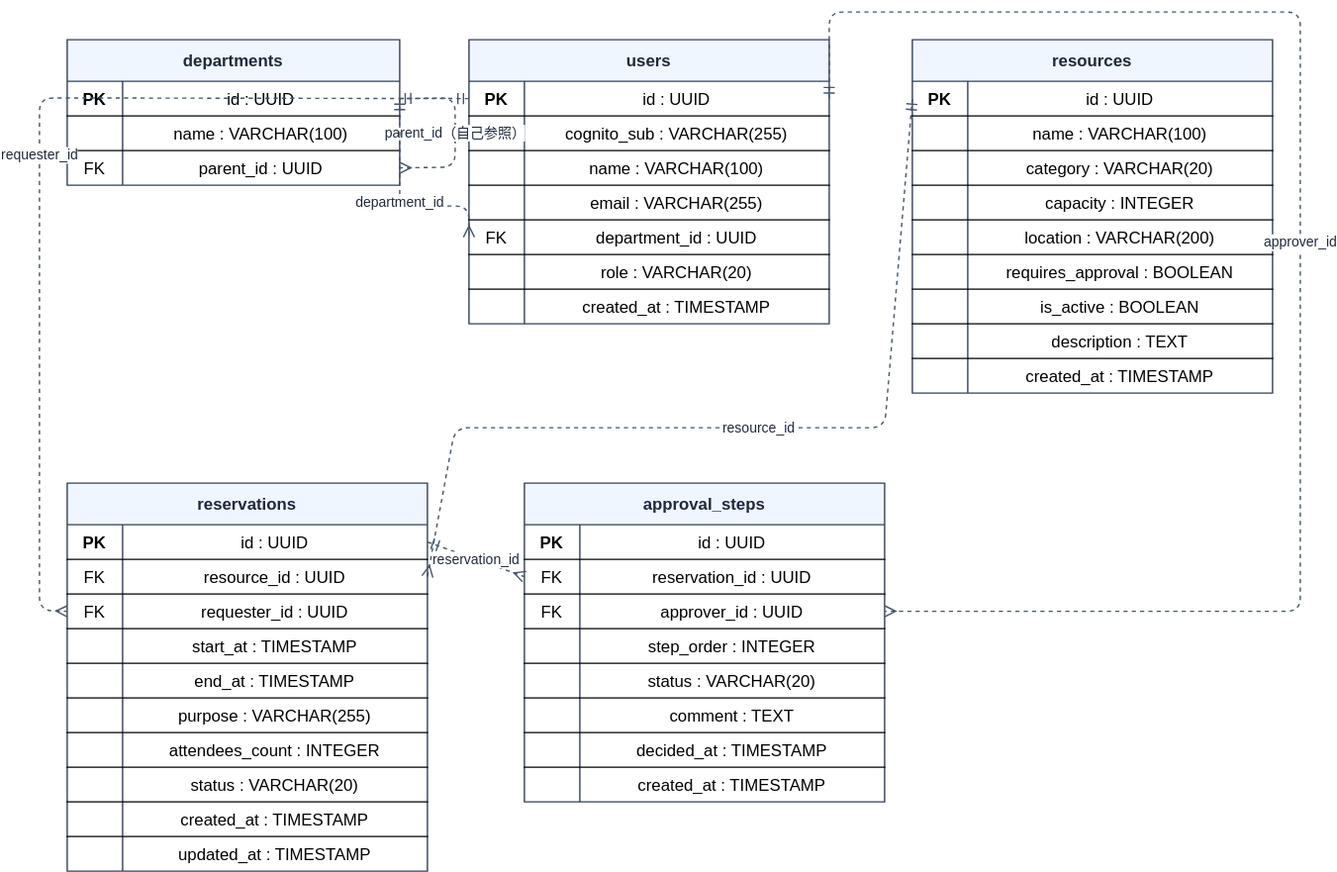
Above: docs-next/static/diagrams/spec/er-diagram.drawio.svg in CHS-Training-Org/ai_training_for_chuo_system (draw.io), before the change. Source tidied: cells renumbered, new cells last; positions are measured from the earlier drawing's top-left corner, leaving out a move shared by most shapes.
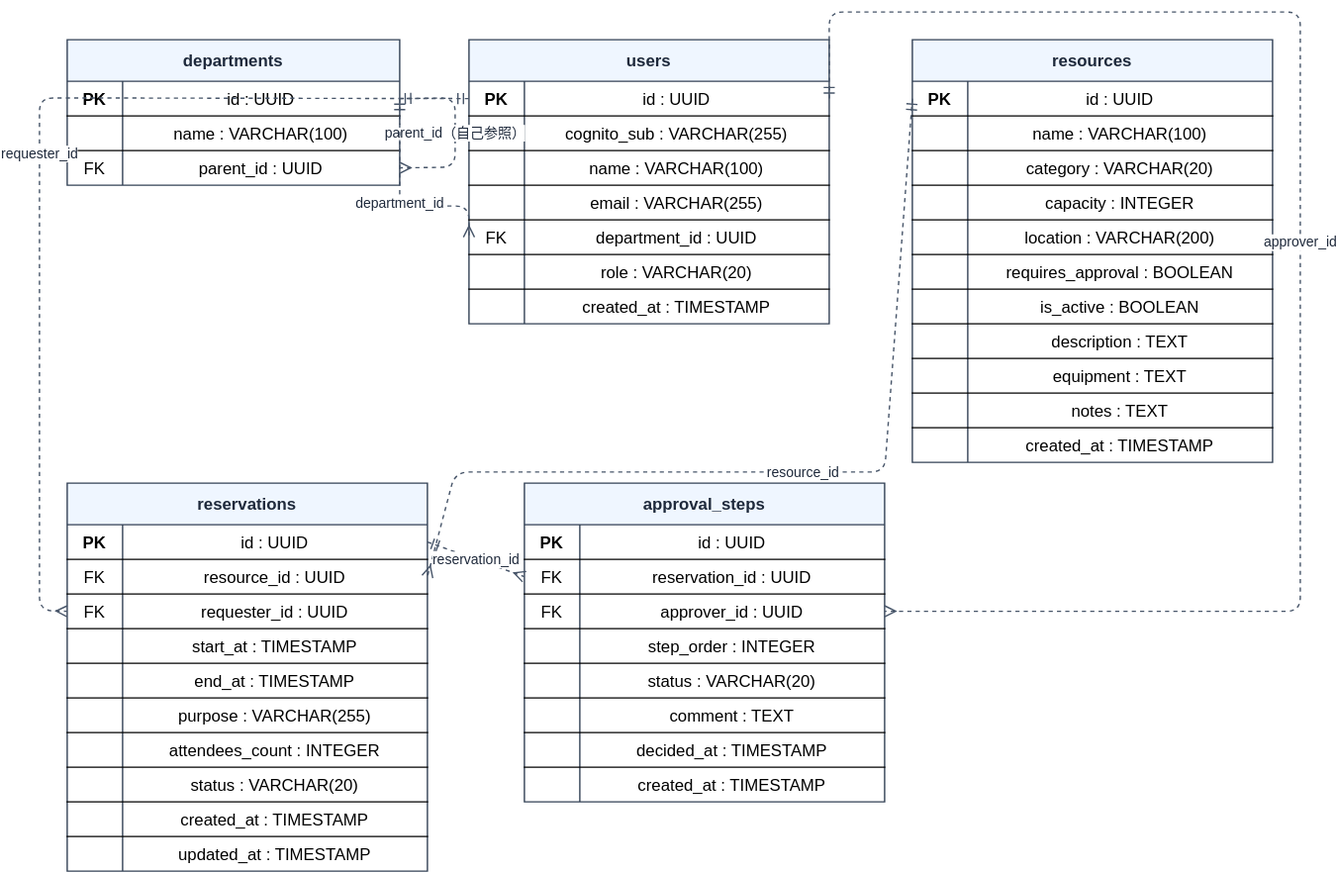
After the commit.

Change to the diagram source:
```diff
@@ -99,7 +99,7 @@
       <mxGeometry x="40" width="220" height="25" as="geometry" />
     </mxCell>
     <mxCell id="34" value="resources" style="shape=table;startSize=30;rowLines=0;fontStyle=1;strokeColor=#334155;fillColor=#EFF6FF;fontColor=#1E293B;" parent="1" vertex="1">
-      <mxGeometry x="630" y="20" width="260" height="255" as="geometry" />
+      <mxGeometry x="630" y="20" width="260" height="305" as="geometry" />
     </mxCell>
     <mxCell id="35" style="shape=tableRow;horizontal=0;startSize=0;swimlaneHead=0;swimlaneBody=0;fillColor=none;points=[[0,0.5],[1,0.5]];portConstraint=eastwest;fontSize=12;top=0;left=0;right=0;bottom=1;" parent="34" vertex="1">
       <mxGeometry y="30" width="260" height="25" as="geometry" />
@@ -173,8 +173,26 @@
     <mxCell id="58" value="description : TEXT" style="shape=partialRectangle;fillColor=none;top=0;left=0;bottom=0;right=0;overflow=hidden;" parent="56" vertex="1">
       <mxGeometry x="40" width="220" height="25" as="geometry" />
     </mxCell>
+    <mxCell id="124" style="shape=tableRow;horizontal=0;startSize=0;swimlaneHead=0;swimlaneBody=0;fillColor=none;fontSize=12;top=0;left=0;right=0;bottom=1;" parent="34" vertex="1">
+      <mxGeometry y="230" width="260" height="25" as="geometry" />
+    </mxCell>
+    <mxCell id="125" style="shape=partialRectangle;fillColor=none;top=0;left=0;bottom=0;right=0;overflow=hidden;" parent="124" vertex="1">
+      <mxGeometry width="40" height="25" as="geometry" />
+    </mxCell>
+    <mxCell id="126" value="equipment : TEXT" style="shape=partialRectangle;fillColor=none;top=0;left=0;bottom=0;right=0;overflow=hidden;" parent="124" vertex="1">
+      <mxGeometry x="40" width="220" height="25" as="geometry" />
+    </mxCell>
+    <mxCell id="127" style="shape=tableRow;horizontal=0;startSize=0;swimlaneHead=0;swimlaneBody=0;fillColor=none;fontSize=12;top=0;left=0;right=0;bottom=1;" parent="34" vertex="1">
+      <mxGeometry y="255" width="260" height="25" as="geometry" />
+    </mxCell>
+    <mxCell id="128" style="shape=partialRectangle;fillColor=none;top=0;left=0;bottom=0;right=0;overflow=hidden;" parent="127" vertex="1">
+      <mxGeometry width="40" height="25" as="geometry" />
+    </mxCell>
+    <mxCell id="129" value="notes : TEXT" style="shape=partialRectangle;fillColor=none;top=0;left=0;bottom=0;right=0;overflow=hidden;" parent="127" vertex="1">
+      <mxGeometry x="40" width="220" height="25" as="geometry" />
+    </mxCell>
     <mxCell id="59" style="shape=tableRow;horizontal=0;startSize=0;swimlaneHead=0;swimlaneBody=0;fillColor=none;fontSize=12;top=0;left=0;right=0;bottom=0;" parent="34" vertex="1">
-      <mxGeometry y="230" width="260" height="25" as="geometry" />
+      <mxGeometry y="280" width="260" height="25" as="geometry" />
     </mxCell>
     <mxCell id="60" style="shape=partialRectangle;fillColor=none;top=0;left=0;bottom=0;right=0;overflow=hidden;" parent="59" vertex="1">
       <mxGeometry width="40" height="25" as="geometry" />
@@ -369,8 +387,8 @@
     <mxCell id="120" value="resource_id" style="dashed=1;endArrow=ERmany;startArrow=ERmandOne;html=1;strokeColor=#475569;fontColor=#1E293B;fontSize=10;exitX=0;exitY=0.5;exitDx=0;exitDy=0;entryX=1;entryY=0.5;entryDx=0;entryDy=0;" parent="1" edge="1" source="35" target="66">
       <mxGeometry relative="1" as="geometry">
         <Array as="points">
-          <mxPoint x="610" y="300" />
-          <mxPoint x="300" y="300" />
+          <mxPoint x="610" y="332" />
+          <mxPoint x="300" y="332" />
         </Array>
       </mxGeometry>
     </mxCell>
```
